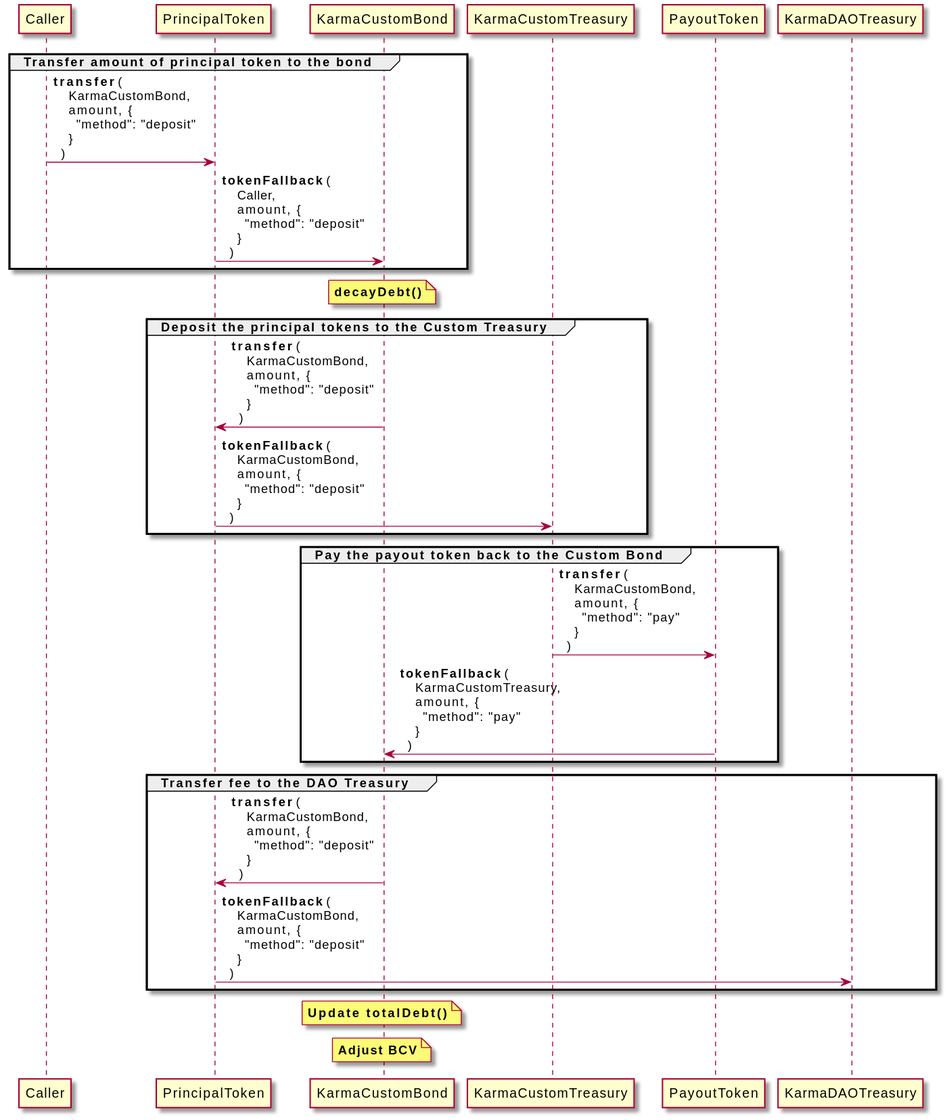
Earlier version of the PlantUML export Karma-Bond/Contracts/Karma-CustomBond/docs/uml/deposit.svg (Karma-Finance/karma-scores).
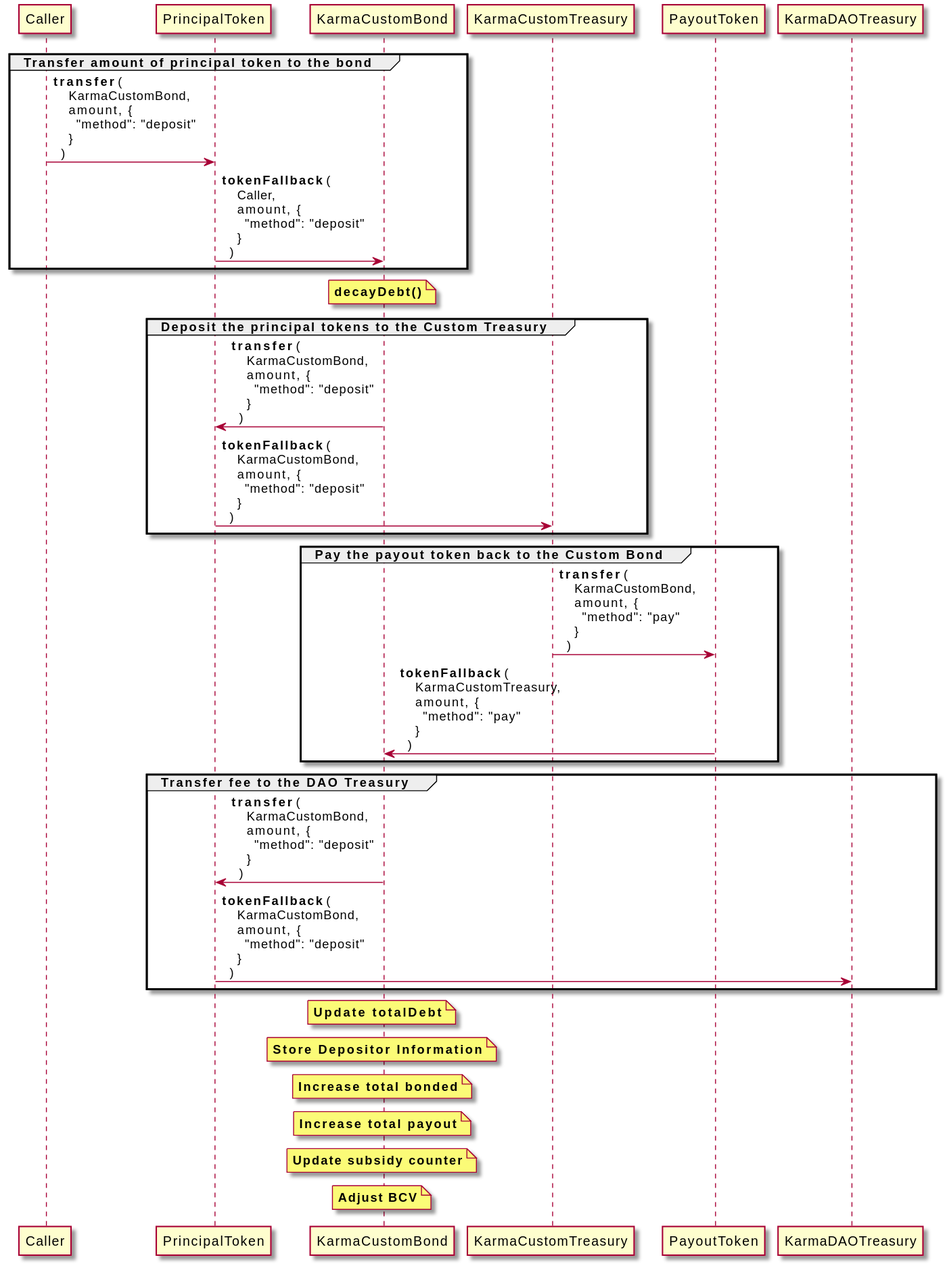
After the commit.

Commit message:
Update KarmaCustomBond::deposit documentation

Change to the diagram source:
```diff
@@ -29,7 +29,15 @@
 end group
 
 
-note over KarmaCustomBond : **Update totalDebt()**
+note over KarmaCustomBond : **Update totalDebt**
+
+note over KarmaCustomBond : **Store Depositor Information**
+
+note over KarmaCustomBond : **Increase total bonded**
+
+note over KarmaCustomBond : **Increase total payout**
+
+note over KarmaCustomBond : **Update subsidy counter**
 
 note over KarmaCustomBond : **Adjust BCV**
 @enduml
```
